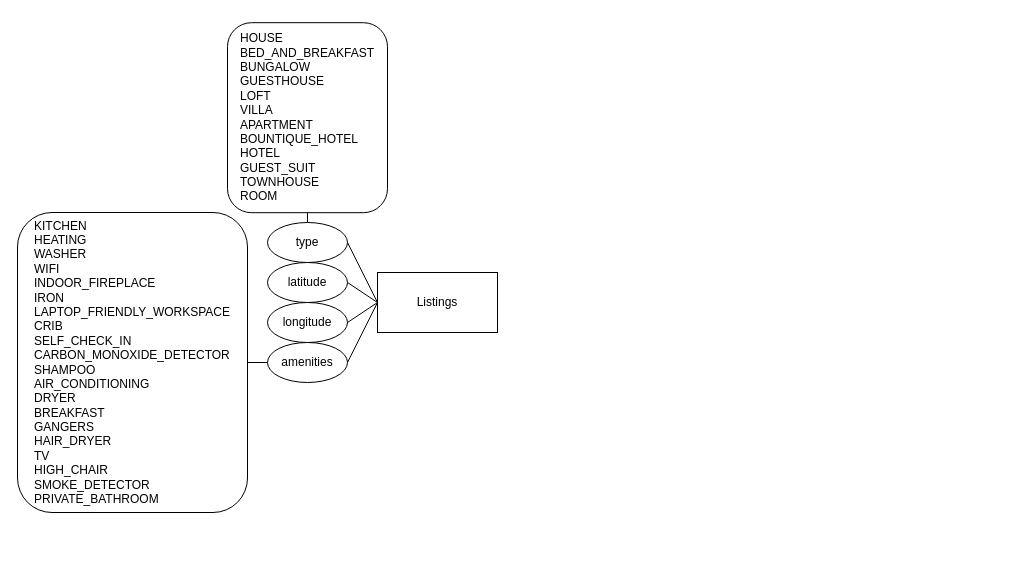
Above: ERDiagram.drawio in TylarZhu/CSCC43Project (draw.io), before the change. Source tidied: cells renumbered, new cells numbered last; positions are measured from the earlier drawing's top-left corner, leaving out a move shared by most shapes. Both pictures are drawn from the tidied source at 100%, with x=0, y=0 at pixel (17, 22).
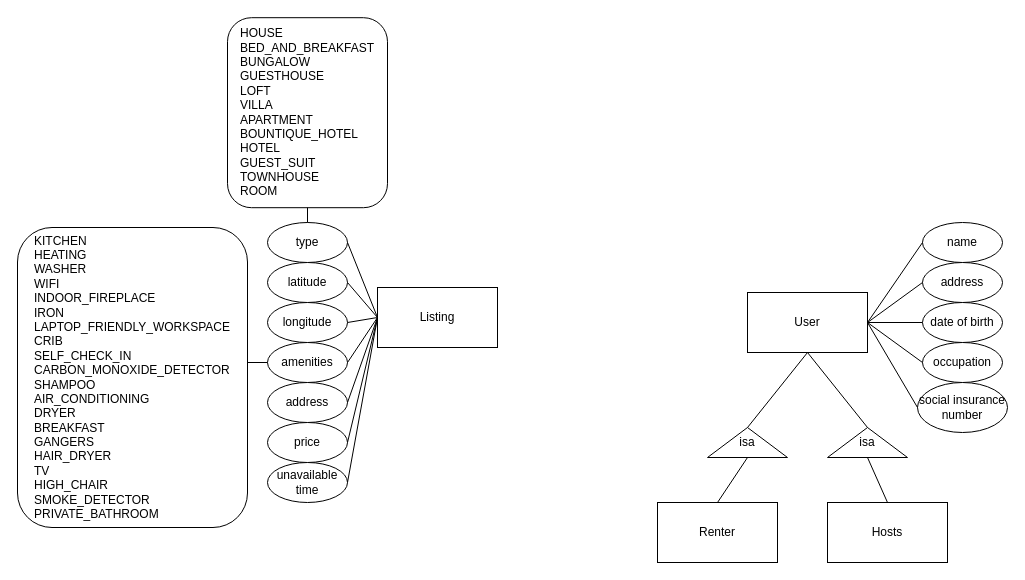
After the change.

Commit message (it also covers changes not shown here):
modify ER diagram and add gitignore

Unchanged cells that the change refers to:
```xml
<mxCell id="3" value="type" style="ellipse;whiteSpace=wrap;html=1;" parent="1" vertex="1">
  <mxGeometry x="250" y="200" width="80" height="40" as="geometry" />
</mxCell>
<mxCell id="4" value="latitude" style="ellipse;whiteSpace=wrap;html=1;" parent="1" vertex="1">
  <mxGeometry x="250" y="240" width="80" height="40" as="geometry" />
</mxCell>
<mxCell id="5" value="longitude" style="ellipse;whiteSpace=wrap;html=1;" parent="1" vertex="1">
  <mxGeometry x="250" y="280" width="80" height="40" as="geometry" />
</mxCell>
<mxCell id="6" value="amenities" style="ellipse;whiteSpace=wrap;html=1;" parent="1" vertex="1">
  <mxGeometry x="250" y="320" width="80" height="40" as="geometry" />
</mxCell>
```

Diff of the diagram source:
```diff
@@
-    <mxCell id="2" value="Listings" style="rounded=0;whiteSpace=wrap;html=1;" parent="1" vertex="1">
-      <mxGeometry x="360" y="250" width="120" height="60" as="geometry" />
+    <mxCell id="2" value="Listing" style="rounded=0;whiteSpace=wrap;html=1;" parent="1" vertex="1">
+      <mxGeometry x="360" y="265" width="120" height="60" as="geometry" />
     </mxCell>
@@
-    <mxCell id="7" style="endArrow=none;html=1;entryX=0;entryY=0.5;entryDx=0;entryDy=0;exitX=1;exitY=0.5;exitDx=0;exitDy=0;" parent="1" edge="1" target="2">
-      <mxGeometry relative="1" as="geometry">
-        <mxPoint x="330" y="220" as="sourcePoint" />
-      </mxGeometry>
+    <mxCell id="7" style="endArrow=none;html=1;entryX=0;entryY=0.5;entryDx=0;entryDy=0;exitX=1;exitY=0.5;exitDx=0;exitDy=0;" parent="1" edge="1" source="3" target="2">
+      <mxGeometry relative="1" as="geometry" />
     </mxCell>
-    <mxCell id="8" style="endArrow=none;html=1;exitX=1;exitY=0.5;exitDx=0;exitDy=0;entryX=0;entryY=0.5;entryDx=0;entryDy=0;" parent="1" edge="1" target="2">
-      <mxGeometry relative="1" as="geometry">
-        <mxPoint x="330" y="260" as="sourcePoint" />
-      </mxGeometry>
+    <mxCell id="8" style="endArrow=none;html=1;exitX=1;exitY=0.5;exitDx=0;exitDy=0;entryX=0;entryY=0.5;entryDx=0;entryDy=0;" parent="1" edge="1" source="4" target="2">
+      <mxGeometry relative="1" as="geometry" />
     </mxCell>
-    <mxCell id="9" style="endArrow=none;html=1;exitX=1;exitY=0.5;exitDx=0;exitDy=0;entryX=0;entryY=0.5;entryDx=0;entryDy=0;" parent="1" edge="1" target="2">
-      <mxGeometry relative="1" as="geometry">
-        <mxPoint x="330" y="300" as="sourcePoint" />
-      </mxGeometry>
+    <mxCell id="9" style="endArrow=none;html=1;exitX=1;exitY=0.5;exitDx=0;exitDy=0;entryX=0;entryY=0.5;entryDx=0;entryDy=0;" parent="1" edge="1" source="5" target="2">
+      <mxGeometry relative="1" as="geometry" />
     </mxCell>
-    <mxCell id="10" style="endArrow=none;html=1;exitX=1;exitY=0.5;exitDx=0;exitDy=0;entryX=0;entryY=0.5;entryDx=0;entryDy=0;" parent="1" edge="1" target="2">
-      <mxGeometry relative="1" as="geometry">
-        <mxPoint x="330" y="340" as="sourcePoint" />
-      </mxGeometry>
+    <mxCell id="10" style="endArrow=none;html=1;exitX=1;exitY=0.5;exitDx=0;exitDy=0;entryX=0;entryY=0.5;entryDx=0;entryDy=0;" parent="1" edge="1" source="6" target="2">
+      <mxGeometry relative="1" as="geometry" />
     </mxCell>
     <mxCell id="11" value="&lt;div style=&quot;text-align: left&quot;&gt;&lt;span&gt;KITCHEN&lt;/span&gt;&lt;/div&gt;&lt;div style=&quot;text-align: left&quot;&gt;&lt;span&gt;HEATING&lt;/span&gt;&lt;/div&gt;&lt;div style=&quot;text-align: left&quot;&gt;&lt;span&gt;WASHER&lt;/span&gt;&lt;/div&gt;&lt;div style=&quot;text-align: left&quot;&gt;&lt;span&gt;WIFI&lt;/span&gt;&lt;/div&gt;&lt;div style=&quot;text-align: left&quot;&gt;INDOOR_FIREPLACE&lt;/div&gt;&lt;div style=&quot;text-align: left&quot;&gt;IRON&lt;/div&gt;&lt;div style=&quot;text-align: left&quot;&gt;LAPTOP_FRIENDLY_WORKSPACE&lt;/div&gt;&lt;div style=&quot;text-align: left&quot;&gt;CRIB&lt;/div&gt;&lt;div style=&quot;text-align: left&quot;&gt;SELF_CHECK_IN&lt;/div&gt;&lt;div style=&quot;text-align: left&quot;&gt;CARBON_MONOXIDE_DETECTOR&lt;/div&gt;&lt;div style=&quot;text-align: left&quot;&gt;SHAMPOO&lt;/div&gt;&lt;div style=&quot;text-align: left&quot;&gt;AIR_CONDITIONING&lt;/div&gt;&lt;div style=&quot;text-align: left&quot;&gt;DRYER&lt;/div&gt;&lt;div style=&quot;text-align: left&quot;&gt;BREAKFAST&lt;/div&gt;&lt;div style=&quot;text-align: left&quot;&gt;GANGERS&lt;/div&gt;&lt;div style=&quot;text-align: left&quot;&gt;HAIR_DRYER&lt;/div&gt;&lt;div style=&quot;text-align: left&quot;&gt;TV&lt;/div&gt;&lt;div style=&quot;text-align: left&quot;&gt;HIGH_CHAIR&lt;/div&gt;&lt;div style=&quot;text-align: left&quot;&gt;SMOKE_DETECTOR&lt;/div&gt;&lt;div style=&quot;text-align: left&quot;&gt;PRIVATE_BATHROOM&lt;/div&gt;" style="rounded=1;whiteSpace=wrap;html=1;" parent="1" vertex="1">
-      <mxGeometry y="190" width="230" height="300" as="geometry" />
+      <mxGeometry y="205" width="230" height="300" as="geometry" />
     </mxCell>
-    <mxCell id="12" style="endArrow=none;html=1;entryX=0;entryY=0.5;entryDx=0;entryDy=0;exitX=1;exitY=0.5;exitDx=0;exitDy=0;" parent="1" edge="1" source="11" target="6">
-      <mxGeometry relative="1" as="geometry" />
+    <mxCell id="12" style="endArrow=none;html=1;entryX=0;entryY=0.5;entryDx=0;entryDy=0;exitX=1;exitY=0.5;exitDx=0;exitDy=0;" parent="1" edge="1" target="6">
+      <mxGeometry relative="1" as="geometry">
+        <mxPoint x="230" y="340" as="sourcePoint" />
+      </mxGeometry>
     </mxCell>
     <mxCell id="13" value="&lt;div style=&quot;text-align: left&quot;&gt;&lt;span&gt;HOUSE&lt;/span&gt;&lt;/div&gt;&lt;div style=&quot;text-align: left&quot;&gt;&lt;span&gt;BED_AND_BREAKFAST&lt;/span&gt;&lt;/div&gt;&lt;div style=&quot;text-align: left&quot;&gt;&lt;span&gt;BUNGALOW&lt;/span&gt;&lt;/div&gt;&lt;div style=&quot;text-align: left&quot;&gt;&lt;span&gt;GUESTHOUSE&lt;/span&gt;&lt;/div&gt;&lt;div style=&quot;text-align: left&quot;&gt;&lt;span&gt;LOFT&lt;/span&gt;&lt;/div&gt;&lt;div style=&quot;text-align: left&quot;&gt;&lt;span&gt;VILLA&lt;/span&gt;&lt;/div&gt;&lt;div style=&quot;text-align: left&quot;&gt;&lt;span&gt;APARTMENT&lt;/span&gt;&lt;/div&gt;&lt;div style=&quot;text-align: left&quot;&gt;&lt;span&gt;BOUNTIQUE_HOTEL&lt;/span&gt;&lt;/div&gt;&lt;div style=&quot;text-align: left&quot;&gt;&lt;span&gt;HOTEL&lt;/span&gt;&lt;/div&gt;&lt;div style=&quot;text-align: left&quot;&gt;&lt;span&gt;GUEST_SUIT&lt;/span&gt;&lt;/div&gt;&lt;div style=&quot;text-align: left&quot;&gt;&lt;span&gt;TOWNHOUSE&lt;/span&gt;&lt;/div&gt;&lt;div style=&quot;text-align: left&quot;&gt;&lt;span&gt;ROOM&lt;/span&gt;&lt;/div&gt;&lt;div style=&quot;text-align: left&quot;&gt;&lt;/div&gt;" style="rounded=1;whiteSpace=wrap;html=1;" parent="1" vertex="1">
-      <mxGeometry x="210" y="0.2" width="160" height="190" as="geometry" />
+      <mxGeometry x="210" y="-4.8" width="160" height="190" as="geometry" />
     </mxCell>
@@
+    <mxCell id="15" value="address&lt;br&gt;" style="ellipse;whiteSpace=wrap;html=1;" parent="1" vertex="1">
+      <mxGeometry x="250" y="360" width="80" height="40" as="geometry" />
+    </mxCell>
+    <mxCell id="16" style="endArrow=none;html=1;entryX=0;entryY=0.5;entryDx=0;entryDy=0;exitX=1;exitY=0.5;exitDx=0;exitDy=0;" parent="1" edge="1" source="15" target="2">
+      <mxGeometry relative="1" as="geometry" />
+    </mxCell>
+    <mxCell id="17" value="price&lt;br&gt;" style="ellipse;whiteSpace=wrap;html=1;" parent="1" vertex="1">
+      <mxGeometry x="250" y="400" width="80" height="40" as="geometry" />
+    </mxCell>
+    <mxCell id="18" value="unavailable time&lt;br&gt;" style="ellipse;whiteSpace=wrap;html=1;" parent="1" vertex="1">
+      <mxGeometry x="250" y="440" width="80" height="40" as="geometry" />
+    </mxCell>
+    <mxCell id="19" style="endArrow=none;html=1;exitX=1;exitY=0.5;exitDx=0;exitDy=0;entryX=0;entryY=0.5;entryDx=0;entryDy=0;" parent="1" edge="1" source="17" target="2">
+      <mxGeometry relative="1" as="geometry" />
+    </mxCell>
+    <mxCell id="20" style="endArrow=none;html=1;entryX=0;entryY=0.5;entryDx=0;entryDy=0;exitX=1;exitY=0.5;exitDx=0;exitDy=0;" parent="1" edge="1" source="18" target="2">
+      <mxGeometry relative="1" as="geometry" />
+    </mxCell>
+    <mxCell id="21" value="User" style="rounded=0;whiteSpace=wrap;html=1;" parent="1" vertex="1">
+      <mxGeometry x="730" y="270" width="120" height="60" as="geometry" />
+    </mxCell>
+    <mxCell id="22" value="name" style="ellipse;whiteSpace=wrap;html=1;" parent="1" vertex="1">
+      <mxGeometry x="905" y="200" width="80" height="40" as="geometry" />
+    </mxCell>
+    <mxCell id="23" value="address" style="ellipse;whiteSpace=wrap;html=1;" parent="1" vertex="1">
+      <mxGeometry x="905" y="240" width="80" height="40" as="geometry" />
+    </mxCell>
+    <mxCell id="24" value="date of birth" style="ellipse;whiteSpace=wrap;html=1;" parent="1" vertex="1">
+      <mxGeometry x="905" y="280" width="80" height="40" as="geometry" />
+    </mxCell>
+    <mxCell id="25" value="social insurance number" style="ellipse;whiteSpace=wrap;html=1;" parent="1" vertex="1">
+      <mxGeometry x="900" y="360" width="90" height="50" as="geometry" />
+    </mxCell>
+    <mxCell id="26" value="occupation" style="ellipse;whiteSpace=wrap;html=1;" parent="1" vertex="1">
+      <mxGeometry x="905" y="320" width="80" height="40" as="geometry" />
+    </mxCell>
+    <mxCell id="27" style="endArrow=none;html=1;entryX=1;entryY=0.5;entryDx=0;entryDy=0;exitX=0;exitY=0.5;exitDx=0;exitDy=0;" parent="1" edge="1" source="24" target="21">
+      <mxGeometry relative="1" as="geometry" />
+    </mxCell>
+    <mxCell id="28" style="endArrow=none;html=1;entryX=1;entryY=0.5;entryDx=0;entryDy=0;exitX=0;exitY=0.5;exitDx=0;exitDy=0;" parent="1" edge="1" source="23" target="21">
+      <mxGeometry relative="1" as="geometry" />
+    </mxCell>
+    <mxCell id="29" style="endArrow=none;html=1;entryX=1;entryY=0.5;entryDx=0;entryDy=0;exitX=0;exitY=0.5;exitDx=0;exitDy=0;" parent="1" edge="1" source="22" target="21">
+      <mxGeometry relative="1" as="geometry" />
+    </mxCell>
+    <mxCell id="30" style="endArrow=none;html=1;entryX=1;entryY=0.5;entryDx=0;entryDy=0;exitX=0;exitY=0.5;exitDx=0;exitDy=0;" parent="1" edge="1" source="26" target="21">
+      <mxGeometry relative="1" as="geometry" />
+    </mxCell>
+    <mxCell id="31" style="endArrow=none;html=1;entryX=1;entryY=0.5;entryDx=0;entryDy=0;exitX=0;exitY=0.5;exitDx=0;exitDy=0;" parent="1" edge="1" source="25" target="21">
+      <mxGeometry relative="1" as="geometry" />
+    </mxCell>
+    <mxCell id="32" value="isa" style="triangle;whiteSpace=wrap;html=1;direction=north;" parent="1" vertex="1">
+      <mxGeometry x="690" y="405" width="80" height="30" as="geometry" />
+    </mxCell>
+    <mxCell id="33" value="isa" style="triangle;whiteSpace=wrap;html=1;direction=north;" parent="1" vertex="1">
+      <mxGeometry x="810" y="405" width="80" height="30" as="geometry" />
+    </mxCell>
+    <mxCell id="34" style="endArrow=none;html=1;entryX=0.5;entryY=1;entryDx=0;entryDy=0;exitX=1;exitY=0.5;exitDx=0;exitDy=0;" parent="1" edge="1" source="32" target="21">
+      <mxGeometry relative="1" as="geometry" />
+    </mxCell>
+    <mxCell id="35" style="endArrow=none;html=1;entryX=0.5;entryY=1;entryDx=0;entryDy=0;exitX=1;exitY=0.5;exitDx=0;exitDy=0;" parent="1" edge="1" source="33" target="21">
+      <mxGeometry relative="1" as="geometry" />
+    </mxCell>
+    <mxCell id="36" value="Renter" style="rounded=0;whiteSpace=wrap;html=1;" parent="1" vertex="1">
+      <mxGeometry x="640" y="480" width="120" height="60" as="geometry" />
+    </mxCell>
+    <mxCell id="37" value="Hosts" style="rounded=0;whiteSpace=wrap;html=1;" parent="1" vertex="1">
+      <mxGeometry x="810" y="480" width="120" height="60" as="geometry" />
+    </mxCell>
+    <mxCell id="38" style="endArrow=none;html=1;entryX=0;entryY=0.5;entryDx=0;entryDy=0;exitX=0.5;exitY=0;exitDx=0;exitDy=0;" parent="1" edge="1" source="36" target="32">
+      <mxGeometry relative="1" as="geometry" />
+    </mxCell>
+    <mxCell id="39" style="endArrow=none;html=1;entryX=0;entryY=0.5;entryDx=0;entryDy=0;exitX=0.5;exitY=0;exitDx=0;exitDy=0;" parent="1" edge="1" source="37" target="33">
+      <mxGeometry relative="1" as="geometry" />
+    </mxCell>
```
